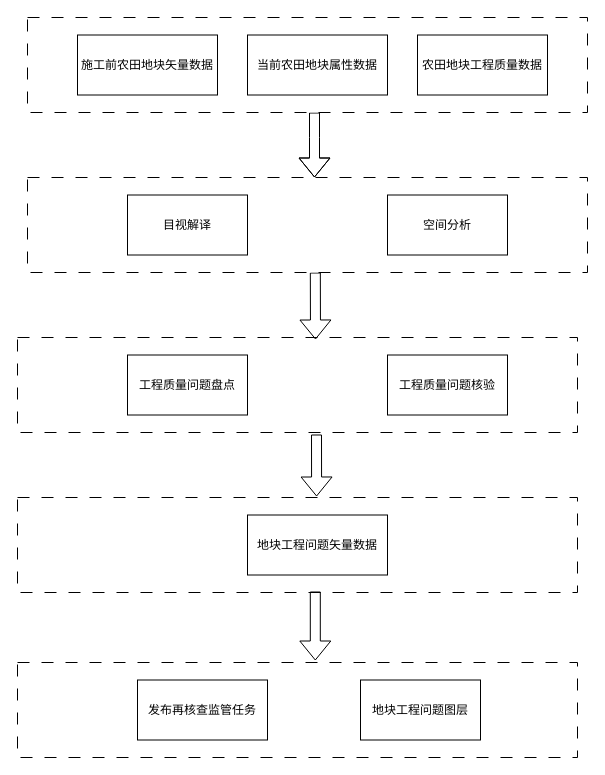
The draw.io diagram 工程质量问题.drawio in AhXianGL/draw.io, before the edit. Source tidied: cells renumbered, new cells numbered last; positions are measured from the earlier drawing's top-left corner, leaving out a move shared by most shapes. Both pictures are drawn from the tidied source at 100%, with x=0, y=0 at pixel (17, 17).
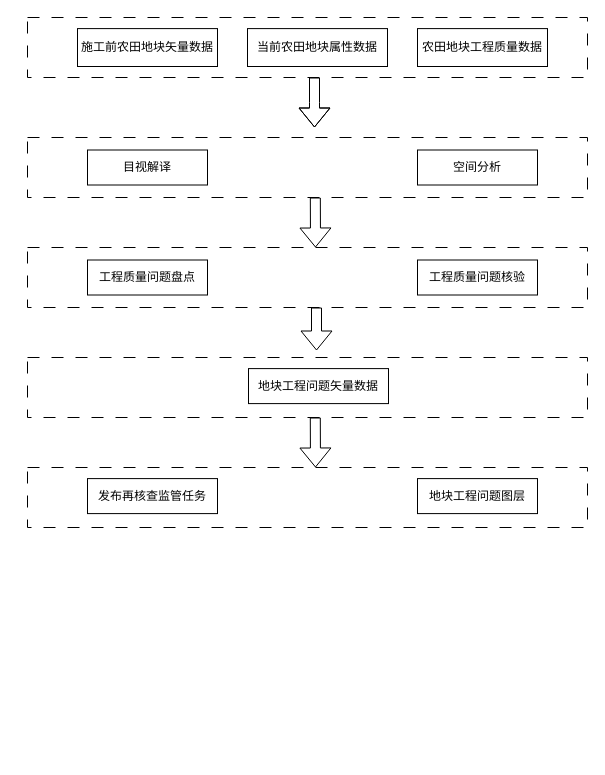
Above is the later version.

Commit message:
更新工程质量问题.drawio

What changed in the source:
```diff
@@
     <mxCell id="2" style="rounded=0;whiteSpace=wrap;html=1;dashed=1;dashPattern=12 12;" parent="1" vertex="1">
-      <mxGeometry y="320" width="560" height="95" as="geometry" />
+      <mxGeometry x="10" y="230" width="560" height="60" as="geometry" />
     </mxCell>
     <mxCell id="3" value="工程质量问题盘点" style="rounded=0;whiteSpace=wrap;html=1;" parent="1" vertex="1">
-      <mxGeometry x="110" y="337.5" width="120" height="60" as="geometry" />
+      <mxGeometry x="70" y="242.5" width="120" height="35" as="geometry" />
     </mxCell>
     <mxCell id="4" value="工程质量问题核验" style="rounded=0;whiteSpace=wrap;html=1;" parent="1" vertex="1">
-      <mxGeometry x="370" y="337.5" width="120" height="60" as="geometry" />
+      <mxGeometry x="400" y="242.5" width="120" height="35" as="geometry" />
     </mxCell>
-    <mxCell id="5" style="shape=flexArrow;endArrow=classic;html=1;rounded=0;entryX=0.5;entryY=0;entryDx=0;entryDy=0;" parent="1" edge="1">
+    <mxCell id="5" style="shape=flexArrow;endArrow=classic;html=1;rounded=0;" parent="1" edge="1">
       <mxGeometry relative="1" as="geometry">
-        <mxPoint x="297" y="95" as="sourcePoint" />
-        <mxPoint x="297" y="160" as="targetPoint" />
+        <mxPoint x="297" y="60" as="sourcePoint" />
+        <mxPoint x="297" y="110" as="targetPoint" />
         <Array as="points">
-          <mxPoint x="297" y="120" />
+          <mxPoint x="297" y="85" />
         </Array>
       </mxGeometry>
     </mxCell>
-    <mxCell id="6" style="shape=flexArrow;endArrow=classic;html=1;rounded=0;entryX=0.516;entryY=0.021;entryDx=0;entryDy=0;entryPerimeter=0;exitX=0.514;exitY=1;exitDx=0;exitDy=0;exitPerimeter=0;" parent="1" edge="1" source="21">
+    <mxCell id="6" style="shape=flexArrow;endArrow=classic;html=1;rounded=0;exitX=0.514;exitY=1;exitDx=0;exitDy=0;exitPerimeter=0;" parent="1" edge="1" source="21">
       <mxGeometry relative="1" as="geometry">
-        <mxPoint x="298" y="322" as="targetPoint" />
+        <mxPoint x="298" y="230" as="targetPoint" />
       </mxGeometry>
     </mxCell>
-    <mxCell id="7" style="shape=flexArrow;endArrow=classic;html=1;rounded=0;entryX=0.518;entryY=0.021;entryDx=0;entryDy=0;entryPerimeter=0;" parent="1" edge="1">
+    <mxCell id="7" style="shape=flexArrow;endArrow=classic;html=1;rounded=0;" parent="1" edge="1">
       <mxGeometry relative="1" as="geometry">
-        <mxPoint x="299" y="417" as="sourcePoint" />
-        <mxPoint x="299.1" y="479" as="targetPoint" />
+        <mxPoint x="299" y="290" as="sourcePoint" />
+        <mxPoint x="299" y="333" as="targetPoint" />
       </mxGeometry>
     </mxCell>
     <mxCell id="8" style="group;" parent="1" vertex="1">
-      <mxGeometry y="480" width="560" height="95" as="geometry" />
+      <mxGeometry x="10" y="340" width="560" height="60" as="geometry" />
     </mxCell>
     <mxCell id="9" style="rounded=0;whiteSpace=wrap;html=1;dashed=1;dashPattern=12 12;" parent="8" vertex="1">
-      <mxGeometry width="560" height="95" as="geometry" />
+      <mxGeometry width="560" height="60" as="geometry" />
     </mxCell>
     <mxCell id="10" value="地块工程问题矢量数据" style="rounded=0;whiteSpace=wrap;html=1;" parent="8" vertex="1">
-      <mxGeometry x="230" y="17.5" width="140" height="60" as="geometry" />
+      <mxGeometry x="221" y="11.1" width="140" height="35" as="geometry" />
     </mxCell>
     <mxCell id="11" style="group;" parent="1" vertex="1">
-      <mxGeometry y="645" width="560" height="95" as="geometry" />
+      <mxGeometry x="10" y="450" width="560" height="60" as="geometry" />
     </mxCell>
     <mxCell id="12" style="rounded=0;whiteSpace=wrap;html=1;dashed=1;dashPattern=12 12;" parent="11" vertex="1">
-      <mxGeometry width="560" height="95" as="geometry" />
+      <mxGeometry width="560" height="60" as="geometry" />
     </mxCell>
     <mxCell id="13" value="发布再核查监管任务" style="rounded=0;whiteSpace=wrap;html=1;" parent="11" vertex="1">
-      <mxGeometry x="120" y="17.5" width="130" height="60" as="geometry" />
+      <mxGeometry x="60" y="11.1" width="130" height="35" as="geometry" />
     </mxCell>
     <mxCell id="14" value="地块工程问题图层" style="rounded=0;whiteSpace=wrap;html=1;" parent="11" vertex="1">
-      <mxGeometry x="343" y="17.5" width="120" height="60" as="geometry" />
+      <mxGeometry x="390" y="11.1" width="120" height="35" as="geometry" />
     </mxCell>
     <mxCell id="15" style="group;" parent="1" vertex="1">
-      <mxGeometry x="10" width="560" height="95" as="geometry" />
+      <mxGeometry x="10" width="560" height="60" as="geometry" />
     </mxCell>
     <mxCell id="16" style="rounded=0;whiteSpace=wrap;html=1;dashed=1;dashPattern=12 12;" parent="15" vertex="1">
-      <mxGeometry width="560" height="95" as="geometry" />
+      <mxGeometry width="560" height="60" as="geometry" />
     </mxCell>
     <mxCell id="17" value="农田地块工程质量数据" style="rounded=0;whiteSpace=wrap;html=1;" parent="15" vertex="1">
-      <mxGeometry x="390" y="17.5" width="130" height="60" as="geometry" />
+      <mxGeometry x="390" y="11.1" width="130" height="37.9" as="geometry" />
     </mxCell>
     <mxCell id="18" value="当前农田地块属性数据" style="rounded=0;whiteSpace=wrap;html=1;" parent="15" vertex="1">
-      <mxGeometry x="220" y="17.5" width="140" height="60" as="geometry" />
+      <mxGeometry x="220" y="11.1" width="140" height="37.9" as="geometry" />
     </mxCell>
     <mxCell id="19" value="施工前农田地块矢量数据" style="rounded=0;whiteSpace=wrap;html=1;" parent="15" vertex="1">
-      <mxGeometry x="50" y="17.5" width="140" height="60" as="geometry" />
+      <mxGeometry x="50" y="11.1" width="140" height="37.9" as="geometry" />
     </mxCell>
     <mxCell id="20" style="group;" parent="1" vertex="1">
-      <mxGeometry x="10" y="160" width="560" height="95" as="geometry" />
+      <mxGeometry x="10" y="120" width="560" height="60" as="geometry" />
     </mxCell>
     <mxCell id="21" style="rounded=0;whiteSpace=wrap;html=1;dashed=1;dashPattern=12 12;" parent="20" vertex="1">
-      <mxGeometry width="560" height="95" as="geometry" />
+      <mxGeometry width="560" height="60" as="geometry" />
     </mxCell>
     <mxCell id="22" value="目视解译" style="rounded=0;whiteSpace=wrap;html=1;" parent="20" vertex="1">
-      <mxGeometry x="100" y="17.5" width="120" height="60" as="geometry" />
+      <mxGeometry x="60" y="12.5" width="120" height="35" as="geometry" />
     </mxCell>
     <mxCell id="23" value="空间分析" style="rounded=0;whiteSpace=wrap;html=1;" parent="20" vertex="1">
-      <mxGeometry x="360" y="17.5" width="120" height="60" as="geometry" />
+      <mxGeometry x="390" y="12.5" width="120" height="35" as="geometry" />
     </mxCell>
-    <mxCell id="24" style="shape=flexArrow;endArrow=classic;html=1;rounded=0;exitX=0.514;exitY=0.989;exitDx=0;exitDy=0;exitPerimeter=0;entryX=0.514;entryY=-0.021;entryDx=0;entryDy=0;entryPerimeter=0;" parent="1" edge="1">
+    <mxCell id="24" style="shape=flexArrow;endArrow=classic;html=1;rounded=0;exitX=0.514;exitY=0.989;exitDx=0;exitDy=0;exitPerimeter=0;" parent="1" edge="1">
       <mxGeometry relative="1" as="geometry">
-        <mxPoint x="297.8" y="574" as="sourcePoint" />
-        <mxPoint x="297.8" y="643" as="targetPoint" />
+        <mxPoint x="297.8" y="400" as="sourcePoint" />
+        <mxPoint x="298" y="450" as="targetPoint" />
       </mxGeometry>
     </mxCell>
```
